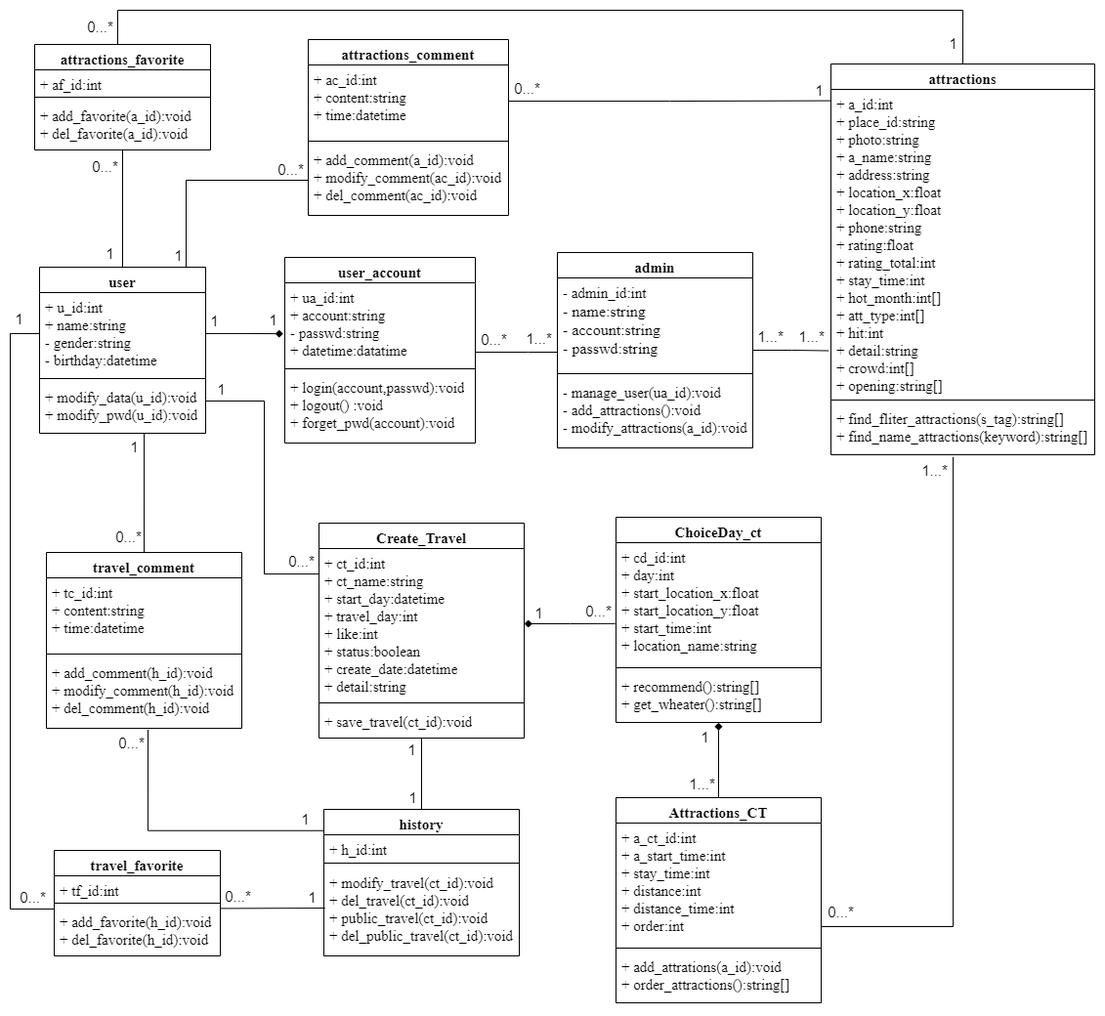
The draw.io diagram UML圖/類別圖/ClassDiagram1115.png in 10946009/ntub_112403, before a commit. Source tidied: cells renumbered, new cells last; positions are measured from the earlier drawing's top-left corner, leaving out a move shared by most shapes.
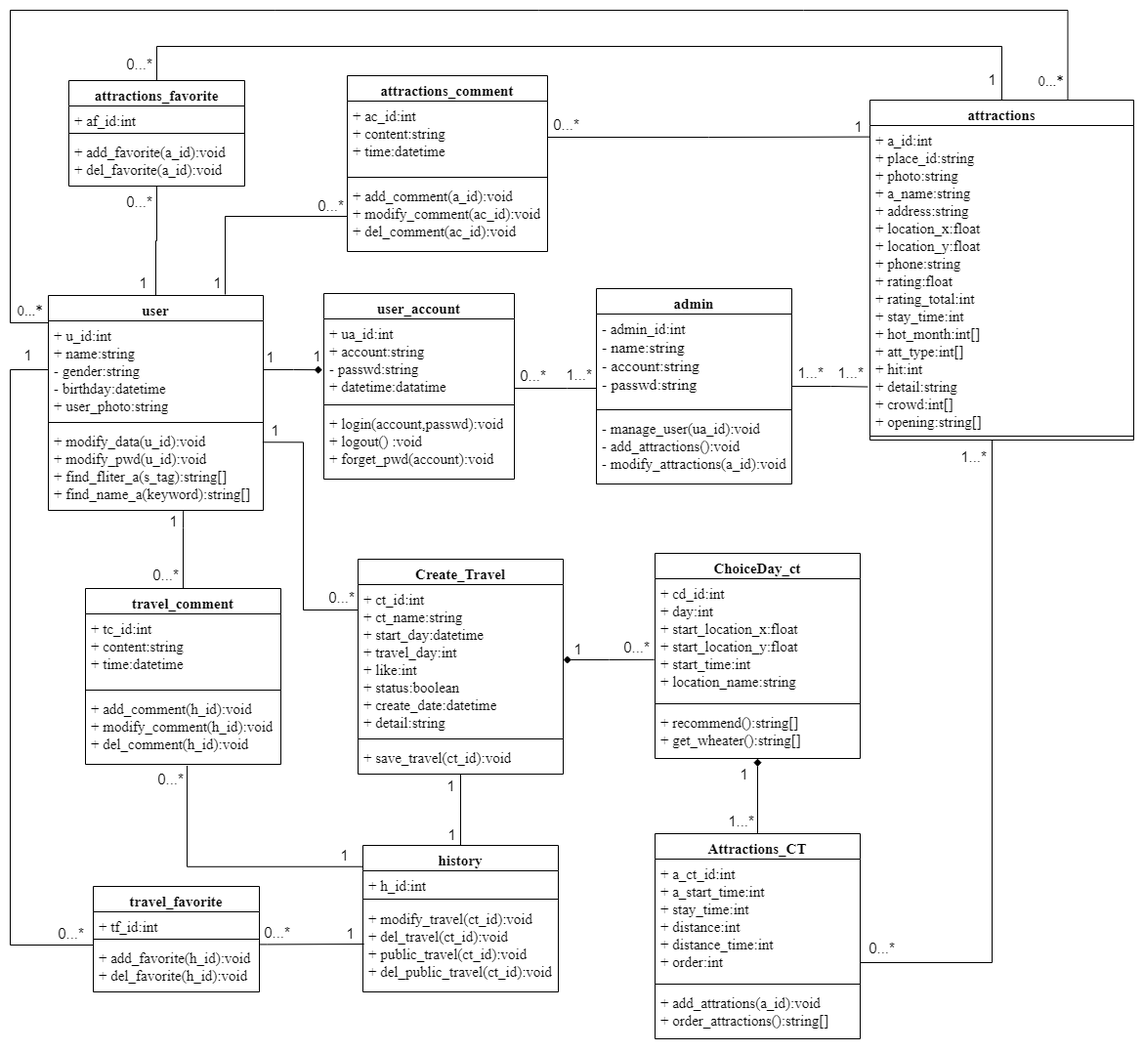
The same file after the commit.

Commit message:
修改類別圖內容

Change to the diagram source:
```diff
@@ -15,16 +15,16 @@
       <mxGeometry y="118" width="195" height="72" as="geometry" />
     </mxCell>
     <mxCell id="6" value="user" style="swimlane;fontStyle=1;align=center;verticalAlign=top;horizontal=1;startSize=26;whiteSpace=wrap;html=1;fontFamily=Times New Roman;fontSize=15;" parent="1" vertex="1">
-      <mxGeometry x="30" y="263" width="170" height="170" as="geometry" />
+      <mxGeometry x="-1" y="255" width="220" height="220" as="geometry" />
     </mxCell>
-    <mxCell id="7" value="+ u_id:int&lt;br style=&quot;font-size: 15px;&quot;&gt;+ name:string&lt;br style=&quot;font-size: 15px;&quot;&gt;- gender:string&lt;br style=&quot;font-size: 15px;&quot;&gt;- birthday:datetime" style="text;strokeColor=none;fillColor=none;align=left;verticalAlign=top;spacingLeft=4;spacingRight=4;overflow=hidden;points=[[0,0.5],[1,0.5]];portConstraint=eastwest;whiteSpace=wrap;html=1;fontFamily=Times New Roman;fontSize=15;" parent="6" vertex="1">
-      <mxGeometry y="26" width="170" height="84" as="geometry" />
+    <mxCell id="7" value="+ u_id:int&lt;br style=&quot;font-size: 15px;&quot;&gt;+ name:string&lt;br style=&quot;font-size: 15px;&quot;&gt;- gender:string&lt;br style=&quot;font-size: 15px;&quot;&gt;- birthday:datetime&lt;br&gt;+&amp;nbsp;user_photo:string" style="text;strokeColor=none;fillColor=none;align=left;verticalAlign=top;spacingLeft=4;spacingRight=4;overflow=hidden;points=[[0,0.5],[1,0.5]];portConstraint=eastwest;whiteSpace=wrap;html=1;fontFamily=Times New Roman;fontSize=15;" parent="6" vertex="1">
+      <mxGeometry y="26" width="220" height="100" as="geometry" />
     </mxCell>
     <mxCell id="8" style="line;strokeWidth=1;fillColor=none;align=left;verticalAlign=middle;spacingTop=-1;spacingLeft=3;spacingRight=3;labelPosition=right;strokeColor=inherit;fontFamily=Times New Roman;fontSize=15;" parent="6" vertex="1">
-      <mxGeometry y="110" width="170" height="8" as="geometry" />
+      <mxGeometry y="126" width="220" height="8" as="geometry" />
     </mxCell>
-    <mxCell id="9" value="+ modify_data(u_id):void&lt;br style=&quot;font-size: 15px;&quot;&gt;+ modify_pwd(u_id):void" style="text;strokeColor=none;fillColor=none;align=left;verticalAlign=top;spacingLeft=4;spacingRight=4;overflow=hidden;points=[[0,0.5],[1,0.5]];portConstraint=eastwest;whiteSpace=wrap;html=1;fontFamily=Times New Roman;fontSize=15;" parent="6" vertex="1">
-      <mxGeometry y="118" width="170" height="52" as="geometry" />
+    <mxCell id="9" value="+ modify_data(u_id):void&lt;br style=&quot;font-size: 15px;&quot;&gt;+ modify_pwd(u_id):void&lt;br&gt;+ find_fliter_a(s_tag):string[]&lt;br style=&quot;border-color: var(--border-color);&quot;&gt;+ find_name_a(keyword):string[]" style="text;strokeColor=none;fillColor=none;align=left;verticalAlign=top;spacingLeft=4;spacingRight=4;overflow=hidden;points=[[0,0.5],[1,0.5]];portConstraint=eastwest;whiteSpace=wrap;html=1;fontFamily=Times New Roman;fontSize=15;" parent="6" vertex="1">
+      <mxGeometry y="134" width="220" height="86" as="geometry" />
     </mxCell>
     <mxCell id="10" style="edgeStyle=orthogonalEdgeStyle;rounded=0;jettySize=auto;html=1;endArrow=none;endFill=0;startArrow=none;startFill=0;fontSize=15;" parent="1" edge="1" source="13" target="6">
       <mxGeometry relative="1" as="geometry" />
@@ -40,7 +40,7 @@
       </mxGeometry>
     </mxCell>
     <mxCell id="13" value="attractions_favorite" style="swimlane;fontStyle=1;align=center;verticalAlign=top;horizontal=1;startSize=26;whiteSpace=wrap;html=1;fontFamily=Times New Roman;fontSize=15;" parent="1" vertex="1">
-      <mxGeometry x="25" y="35" width="180" height="108" as="geometry" />
+      <mxGeometry x="20" y="35" width="180" height="108" as="geometry" />
     </mxCell>
     <mxCell id="14" value="+ af_id:int" style="text;strokeColor=none;fillColor=none;align=left;verticalAlign=top;spacingLeft=4;spacingRight=4;overflow=hidden;whiteSpace=wrap;html=1;fontFamily=Times New Roman;fontSize=15;" parent="13" vertex="1">
       <mxGeometry y="26" width="180" height="24" as="geometry" />
@@ -113,7 +113,7 @@
       <mxGeometry y="188" width="210" height="32" as="geometry" />
     </mxCell>
     <mxCell id="36" value="attractions" style="swimlane;fontStyle=1;align=center;verticalAlign=top;horizontal=1;startSize=26;whiteSpace=wrap;html=1;fontFamily=Times New Roman;fontSize=15;" parent="1" vertex="1">
-      <mxGeometry x="840" y="55" width="270" height="400" as="geometry" />
+      <mxGeometry x="840" y="55" width="270" height="348" as="geometry" />
     </mxCell>
     <mxCell id="37" value="+ a_id:int&lt;br style=&quot;border-color: var(--border-color); font-size: 15px;&quot;&gt;&lt;span style=&quot;font-size: 15px;&quot;&gt;+ place_id:string&lt;/span&gt;&lt;br style=&quot;border-color: var(--border-color); font-size: 15px;&quot;&gt;&lt;span style=&quot;font-size: 15px;&quot;&gt;+ photo:string&lt;/span&gt;&lt;br style=&quot;border-color: var(--border-color); font-size: 15px;&quot;&gt;&lt;span style=&quot;font-size: 15px;&quot;&gt;+ a_name:string&lt;/span&gt;&lt;br style=&quot;border-color: var(--border-color); font-size: 15px;&quot;&gt;&lt;span style=&quot;font-size: 15px;&quot;&gt;+ address:string&lt;/span&gt;&lt;br style=&quot;border-color: var(--border-color); font-size: 15px;&quot;&gt;&lt;span style=&quot;font-size: 15px;&quot;&gt;+ location_x:float&lt;/span&gt;&lt;br style=&quot;border-color: var(--border-color); font-size: 15px;&quot;&gt;&lt;span style=&quot;font-size: 15px;&quot;&gt;+ location_y:float&lt;/span&gt;&lt;br style=&quot;border-color: var(--border-color); font-size: 15px;&quot;&gt;&lt;span style=&quot;font-size: 15px;&quot;&gt;+ phone:string&lt;br&gt;&lt;/span&gt;+ rating:float&lt;br&gt;+ rating_total:int&lt;br&gt;+ stay_time:int&lt;br&gt;+ hot_month:int[]&lt;br style=&quot;border-color: var(--border-color); font-size: 15px;&quot;&gt;&lt;span style=&quot;font-size: 15px;&quot;&gt;+ att_type:int[]&lt;br&gt;&lt;/span&gt;+ hit:int&lt;br&gt;+ detail:string&lt;br style=&quot;border-color: var(--border-color); font-size: 15px;&quot;&gt;+ crowd:int[]&lt;br&gt;&lt;span style=&quot;border-color: var(--border-color);&quot;&gt;+ opening:string[]&lt;/span&gt;&lt;span style=&quot;font-size: 15px;&quot;&gt;&lt;br&gt;&lt;/span&gt;" style="text;strokeColor=none;fillColor=none;align=left;verticalAlign=top;spacingLeft=4;spacingRight=4;overflow=hidden;points=[[0,0.5],[1,0.5]];portConstraint=eastwest;whiteSpace=wrap;html=1;fontFamily=Times New Roman;fontSize=15;" parent="36" vertex="1">
       <mxGeometry y="26" width="270" height="314" as="geometry" />
@@ -121,9 +121,6 @@
     <mxCell id="38" style="line;strokeWidth=1;fillColor=none;align=left;verticalAlign=middle;spacingTop=-1;spacingLeft=3;spacingRight=3;labelPosition=right;strokeColor=inherit;fontFamily=Times New Roman;fontSize=15;" parent="36" vertex="1">
       <mxGeometry y="340" width="270" height="8" as="geometry" />
     </mxCell>
-    <mxCell id="39" value="+ find_fliter_attractions(s_tag):string[]&lt;br style=&quot;border-color: var(--border-color); font-size: 15px;&quot;&gt;+ find_name_attractions(keyword):string[]" style="text;strokeColor=none;fillColor=none;align=left;verticalAlign=top;spacingLeft=4;spacingRight=4;overflow=hidden;points=[[0,0.5],[1,0.5]];portConstraint=eastwest;whiteSpace=wrap;html=1;fontFamily=Times New Roman;fontSize=15;" parent="36" vertex="1">
-      <mxGeometry y="348" width="270" height="52" as="geometry" />
-    </mxCell>
     <mxCell id="40" style="edgeStyle=orthogonalEdgeStyle;rounded=0;jettySize=auto;html=1;entryX=0.52;entryY=1.019;entryDx=0;entryDy=0;entryPerimeter=0;exitX=-0.001;exitY=0.145;exitDx=0;exitDy=0;exitPerimeter=0;endArrow=none;endFill=0;startArrow=none;startFill=0;fontSize=15;" parent="1" edge="1" source="75" target="24">
       <mxGeometry relative="1" as="geometry">
         <Array as="points">
@@ -209,8 +206,9 @@
         <mxPoint x="-6" y="-12" as="offset" />
       </mxGeometry>
     </mxCell>
-    <mxCell id="60" style="edgeStyle=orthogonalEdgeStyle;rounded=0;jettySize=auto;html=1;exitX=0;exitY=0.5;exitDx=0;exitDy=0;entryX=0.876;entryY=-0.003;entryDx=0;entryDy=0;entryPerimeter=0;endArrow=none;endFill=0;startArrow=none;startFill=0;fontSize=15;" parent="1" edge="1" source="20" target="6">
+    <mxCell id="60" style="edgeStyle=orthogonalEdgeStyle;rounded=0;jettySize=auto;html=1;exitX=0;exitY=0.5;exitDx=0;exitDy=0;endArrow=none;endFill=0;startArrow=none;startFill=0;fontSize=15;" parent="1" edge="1" source="20">
       <mxGeometry relative="1" as="geometry">
+        <mxPoint x="180" y="254" as="targetPoint" />
         <Array as="points">
           <mxPoint x="180" y="174" />
         </Array>
@@ -239,12 +237,12 @@
         <mxPoint y="-10" as="offset" />
       </mxGeometry>
     </mxCell>
-    <mxCell id="66" style="edgeStyle=orthogonalEdgeStyle;rounded=0;jettySize=auto;html=1;entryX=0;entryY=0.117;entryDx=0;entryDy=0;entryPerimeter=0;endArrow=none;endFill=0;startArrow=none;startFill=0;fontSize=15;" parent="1" edge="1" target="33">
+    <mxCell id="66" style="edgeStyle=orthogonalEdgeStyle;rounded=0;jettySize=auto;html=1;entryX=0;entryY=0.117;entryDx=0;entryDy=0;entryPerimeter=0;endArrow=none;endFill=0;startArrow=none;startFill=0;fontSize=15;exitX=0.997;exitY=0.189;exitDx=0;exitDy=0;exitPerimeter=0;" parent="1" edge="1" source="9" target="33">
       <mxGeometry relative="1" as="geometry">
-        <mxPoint x="200" y="400" as="sourcePoint" />
         <Array as="points">
-          <mxPoint x="260" y="400" />
+          <mxPoint x="260" y="405" />
           <mxPoint x="260" y="577" />
+          <mxPoint x="316" y="577" />
         </Array>
       </mxGeometry>
     </mxCell>
@@ -258,10 +256,11 @@
         <mxPoint y="-11" as="offset" />
       </mxGeometry>
     </mxCell>
-    <mxCell id="69" style="edgeStyle=orthogonalEdgeStyle;rounded=0;jettySize=auto;html=1;entryX=0.631;entryY=1.002;entryDx=0;entryDy=0;entryPerimeter=0;exitX=0.5;exitY=0;exitDx=0;exitDy=0;endArrow=none;endFill=0;startArrow=none;startFill=0;fontSize=15;" parent="1" edge="1" source="21" target="9">
+    <mxCell id="69" style="edgeStyle=orthogonalEdgeStyle;rounded=0;jettySize=auto;html=1;entryX=0.628;entryY=1.006;entryDx=0;entryDy=0;entryPerimeter=0;exitX=0.5;exitY=0;exitDx=0;exitDy=0;endArrow=none;endFill=0;startArrow=none;startFill=0;fontSize=15;" parent="1" edge="1" source="21" target="9">
       <mxGeometry relative="1" as="geometry">
         <Array as="points">
-          <mxPoint x="137" y="433" />
+          <mxPoint x="137" y="493" />
+          <mxPoint x="137" y="493" />
         </Array>
       </mxGeometry>
     </mxCell>
@@ -272,7 +271,7 @@
     </mxCell>
     <mxCell id="71" value="0...*" style="edgeLabel;html=1;align=center;verticalAlign=middle;fontSize=15;" parent="69" vertex="1">
       <mxGeometry x="-0.74" y="3" relative="1" as="geometry">
-        <mxPoint x="-14" as="offset" />
+        <mxPoint x="-16" y="-5" as="offset" />
       </mxGeometry>
     </mxCell>
     <mxCell id="72" style="edgeStyle=orthogonalEdgeStyle;rounded=0;jettySize=auto;html=1;entryX=-0.008;entryY=0.621;entryDx=0;entryDy=0;entryPerimeter=0;endArrow=diamond;endFill=1;startArrow=none;startFill=0;fontSize=15;" parent="1" edge="1" source="7" target="3">
@@ -320,8 +319,8 @@
     <mxCell id="82" style="edgeStyle=orthogonalEdgeStyle;rounded=0;jettySize=auto;html=1;entryX=0;entryY=0.5;entryDx=0;entryDy=0;endArrow=none;endFill=0;startArrow=none;startFill=0;fontSize=15;" parent="1" edge="1" source="28" target="7">
       <mxGeometry relative="1" as="geometry">
         <Array as="points">
-          <mxPoint y="920" />
-          <mxPoint y="331" />
+          <mxPoint x="-40" y="920" />
+          <mxPoint x="-40" y="331" />
         </Array>
       </mxGeometry>
     </mxCell>
@@ -378,11 +377,11 @@
         <mxPoint x="-8" y="-14" as="offset" />
       </mxGeometry>
     </mxCell>
-    <mxCell id="95" style="edgeStyle=orthogonalEdgeStyle;rounded=0;jettySize=auto;html=1;entryX=0.467;entryY=1.043;entryDx=0;entryDy=0;entryPerimeter=0;endArrow=none;endFill=0;fontSize=15;" parent="1" edge="1" source="54" target="39">
+    <mxCell id="95" style="edgeStyle=orthogonalEdgeStyle;rounded=0;jettySize=auto;html=1;endArrow=none;endFill=0;fontSize=15;" parent="1" edge="1" source="54">
       <mxGeometry relative="1" as="geometry">
+        <mxPoint x="965" y="403" as="targetPoint" />
         <Array as="points">
           <mxPoint x="965" y="938" />
-          <mxPoint x="965" y="457" />
         </Array>
       </mxGeometry>
     </mxCell>
@@ -396,5 +395,24 @@
         <mxPoint x="-3" y="-12" as="offset" />
       </mxGeometry>
     </mxCell>
+    <mxCell id="98" style="edgeStyle=orthogonalEdgeStyle;rounded=0;jettySize=auto;html=1;entryX=0.75;entryY=0;entryDx=0;entryDy=0;endArrow=none;endFill=0;" parent="1" edge="1" source="7" target="36">
+      <mxGeometry relative="1" as="geometry">
+        <Array as="points">
+          <mxPoint x="-40" y="283" />
+          <mxPoint x="-40" y="-37" />
+          <mxPoint x="1043" y="-37" />
+        </Array>
+      </mxGeometry>
+    </mxCell>
+    <mxCell id="99" value="0...*" style="edgeLabel;html=1;align=center;verticalAlign=middle;fontSize=15;fontFamily=Times New Roman;" parent="98" vertex="1">
+      <mxGeometry x="-0.98" y="-1" relative="1" as="geometry">
+        <mxPoint x="-1" y="-13" as="offset" />
+      </mxGeometry>
+    </mxCell>
+    <mxCell id="100" value="0...*" style="edgeLabel;html=1;align=center;verticalAlign=middle;fontFamily=Times New Roman;fontSize=15;" parent="98" vertex="1">
+      <mxGeometry x="0.97" y="-2" relative="1" as="geometry">
+        <mxPoint x="-16" y="2" as="offset" />
+      </mxGeometry>
+    </mxCell>
   </root>
 </mxGraphModel>
```
